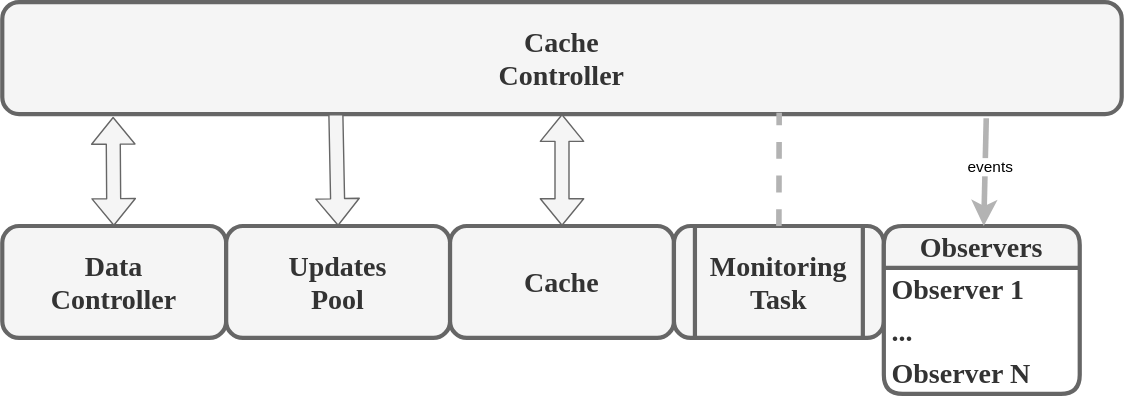
vrurg/wb-cache keeps this draw.io diagram as docs/cache_controller.svg. Above is the earlier version. Source tidied: cells renumbered, new cells last; positions are measured from the earlier drawing's top-left corner, leaving out a move shared by most shapes.
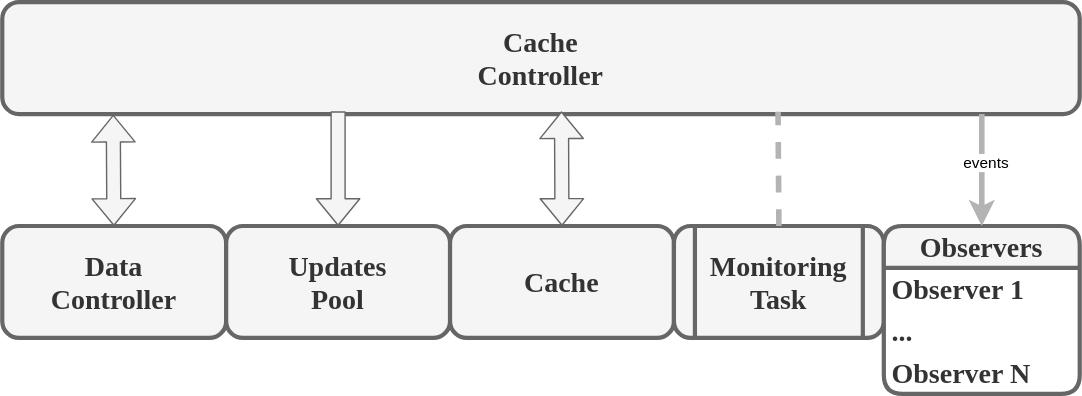
The same diagram one commit later.

Commit message:
Prettify the diagram by improving alignment

Change to the diagram source:
```diff
@@ -6,7 +6,7 @@
       <mxGeometry y="160" width="160" height="80" as="geometry" />
     </mxCell>
     <mxCell id="3" value="Cache&lt;br&gt;Controller" style="rounded=1;whiteSpace=wrap;html=1;strokeWidth=3;fontFamily=American TypeWriter;fontStyle=1;fontSize=20;fillColor=#f5f5f5;fontColor=#333333;strokeColor=#666666;" parent="1" vertex="1">
-      <mxGeometry width="800" height="80" as="geometry" />
+      <mxGeometry width="770" height="80" as="geometry" />
     </mxCell>
     <mxCell id="4" value="Updates&lt;div&gt;Pool&lt;/div&gt;" style="rounded=1;whiteSpace=wrap;html=1;strokeWidth=3;fontFamily=American TypeWriter;fontStyle=1;fontSize=20;fillColor=#f5f5f5;fontColor=#333333;strokeColor=#666666;" parent="1" vertex="1">
       <mxGeometry x="160" y="160" width="160" height="80" as="geometry" />
@@ -29,20 +29,24 @@
     <mxCell id="10" value="Observer N" style="text;strokeColor=none;fillColor=none;align=left;verticalAlign=middle;spacingLeft=4;spacingRight=4;overflow=hidden;whiteSpace=wrap;html=1;fontFamily=American TypeWriter;fontSize=20;fontColor=#333333;fontStyle=1;" parent="7" vertex="1">
       <mxGeometry y="90" width="140" height="30" as="geometry" />
     </mxCell>
-    <mxCell id="11" style="shape=flexArrow;endArrow=classic;startArrow=classic;html=1;entryX=0.099;entryY=1.025;entryDx=0;entryDy=0;entryPerimeter=0;fillColor=#f5f5f5;strokeColor=#666666;" parent="1" edge="1" source="2" target="3">
+    <mxCell id="11" style="shape=flexArrow;endArrow=classic;startArrow=classic;html=1;entryX=0.103;entryY=1.006;entryDx=0;entryDy=0;entryPerimeter=0;fillColor=#f5f5f5;strokeColor=#666666;" parent="1" edge="1" source="2" target="3">
       <mxGeometry relative="1" as="geometry" />
     </mxCell>
-    <mxCell id="12" style="shape=flexArrow;endArrow=classic;startArrow=classic;html=1;entryX=0.5;entryY=1;entryDx=0;entryDy=0;fillColor=#f5f5f5;strokeColor=#666666;exitX=0.5;exitY=0;exitDx=0;exitDy=0;" parent="1" edge="1" source="5" target="3">
+    <mxCell id="12" style="shape=flexArrow;endArrow=classic;startArrow=classic;html=1;entryX=0.519;entryY=0.975;entryDx=0;entryDy=0;fillColor=#f5f5f5;strokeColor=#666666;exitX=0.5;exitY=0;exitDx=0;exitDy=0;entryPerimeter=0;" parent="1" edge="1" source="5" target="3">
       <mxGeometry relative="1" as="geometry" />
     </mxCell>
-    <mxCell id="13" style="endArrow=none;dashed=1;html=1;entryX=0.694;entryY=0.988;entryDx=0;entryDy=0;entryPerimeter=0;exitX=0.5;exitY=0;exitDx=0;exitDy=0;strokeWidth=4;strokeColor=#B3B3B3;" parent="1" edge="1" source="6" target="3">
+    <mxCell id="13" style="endArrow=none;dashed=1;html=1;entryX=0.72;entryY=0.979;entryDx=0;entryDy=0;entryPerimeter=0;exitX=0.5;exitY=0;exitDx=0;exitDy=0;strokeWidth=4;strokeColor=#B3B3B3;" parent="1" edge="1" source="6" target="3">
       <mxGeometry relative="1" as="geometry" />
     </mxCell>
-    <mxCell id="14" style="shape=flexArrow;endArrow=none;startArrow=classic;html=1;entryX=0.298;entryY=1;entryDx=0;entryDy=0;entryPerimeter=0;fillColor=#f5f5f5;strokeColor=#666666;exitX=0.5;exitY=0;exitDx=0;exitDy=0;endFill=0;" parent="1" edge="1" source="4" target="3">
-      <mxGeometry relative="1" as="geometry" />
+    <mxCell id="14" style="shape=flexArrow;endArrow=none;startArrow=classic;html=1;fillColor=#f5f5f5;strokeColor=#666666;exitX=0.5;exitY=0;exitDx=0;exitDy=0;endFill=0;" parent="1" edge="1" source="4">
+      <mxGeometry relative="1" as="geometry">
+        <mxPoint x="240" y="78" as="targetPoint" />
+      </mxGeometry>
     </mxCell>
-    <mxCell id="15" style="endArrow=classic;html=1;exitX=0.879;exitY=1.038;exitDx=0;exitDy=0;exitPerimeter=0;strokeWidth=4;strokeColor=#B3B3B3;" parent="1" edge="1" source="3" target="7">
-      <mxGeometry relative="1" as="geometry" />
+    <mxCell id="15" style="endArrow=classic;html=1;strokeWidth=4;strokeColor=#B3B3B3;" parent="1" edge="1" target="7">
+      <mxGeometry relative="1" as="geometry">
+        <mxPoint x="700" y="80" as="sourcePoint" />
+      </mxGeometry>
     </mxCell>
     <mxCell id="16" value="events" style="edgeLabel;html=1;align=center;verticalAlign=middle;" parent="15" vertex="1">
       <mxGeometry x="-0.12" y="3" relative="1" as="geometry" />
```
